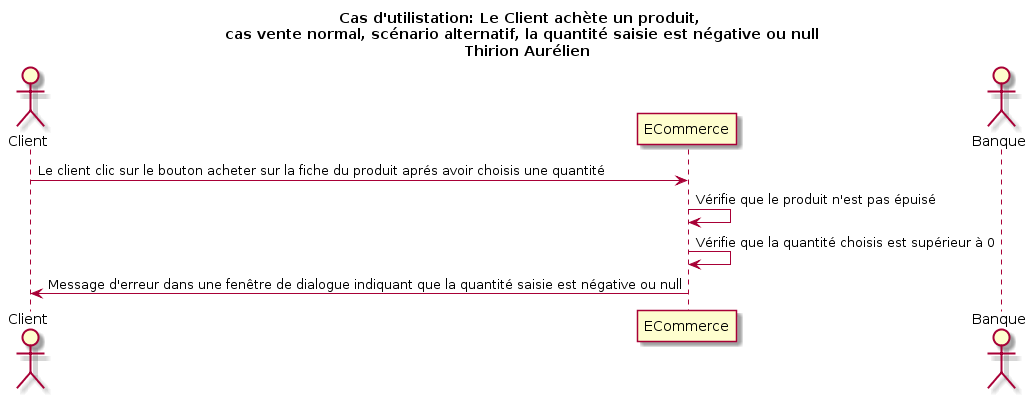
This is DiagSequence/Client/acheter un produit/casVenteNormalQuantiteNegative.png from Moinketroa/Ebayz, a PlantUML export, as it was before one commit.
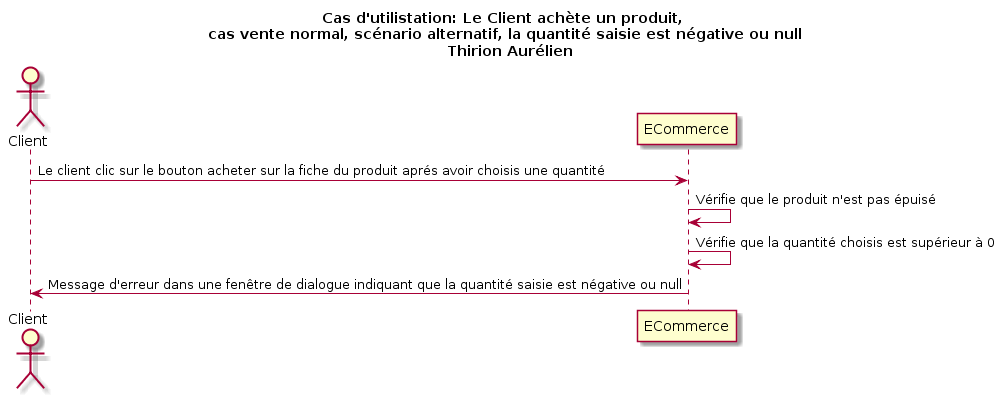
The same diagram one commit later.

What changed in the source:
```diff
@@ -3,7 +3,6 @@
 
 actor Client as c
 participant ECommerce as e
-actor Banque as b
 
 c -> e: Le client clic sur le bouton acheter sur la fiche du produit aprés avoir choisis une quantité
 e -> e: Vérifie que le produit n'est pas épuisé
```
